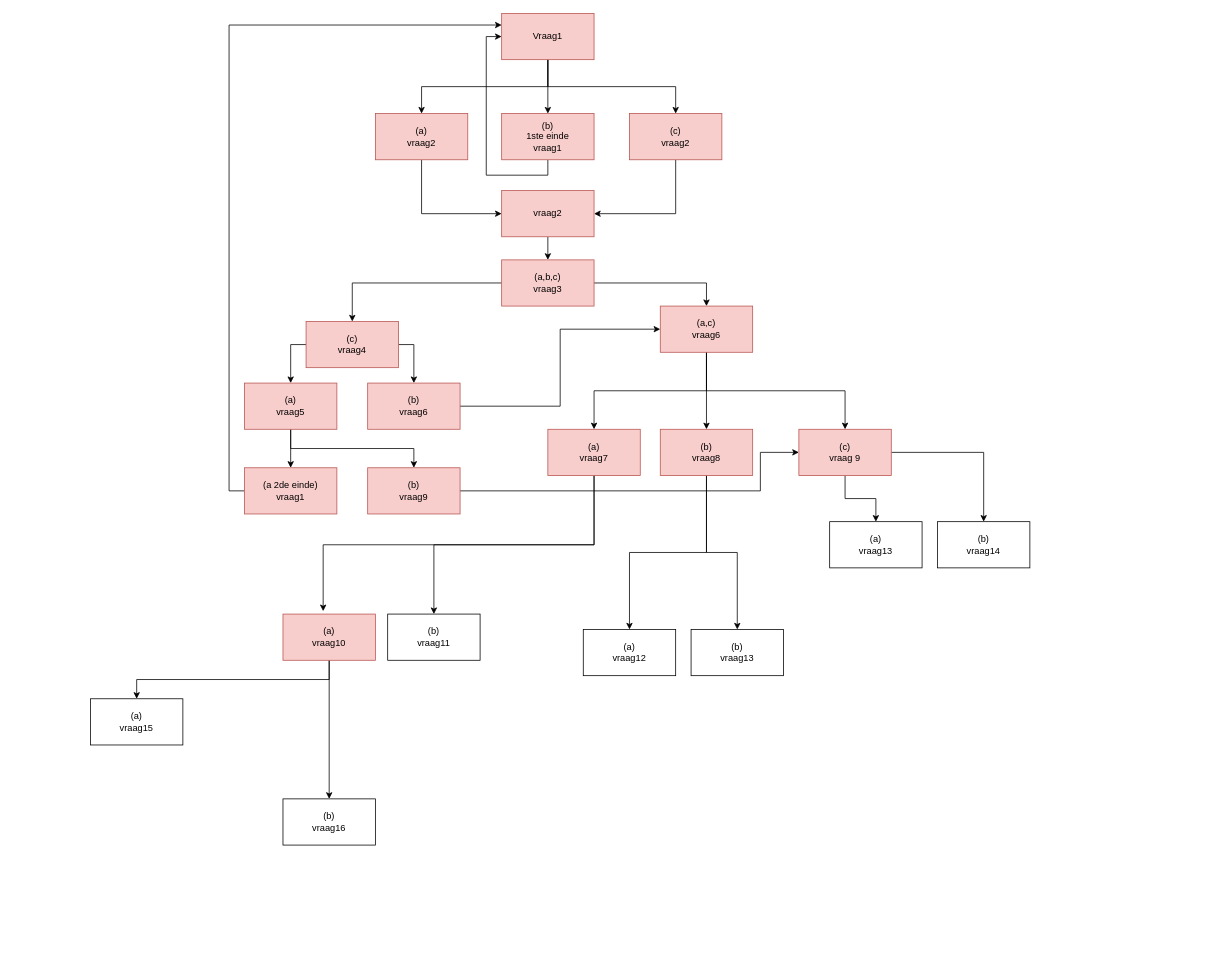
Before: SchemaEindopdrachtBO.drawio in MikeHuijgen/HelloYouBeroepsopdracht, a draw.io diagram. Source tidied: cells renumbered, new cells numbered last; positions are measured from the earlier drawing's top-left corner, leaving out a move shared by most shapes. Both pictures are drawn from the tidied source at 77%, with x=0, y=0 at pixel (90, 13).
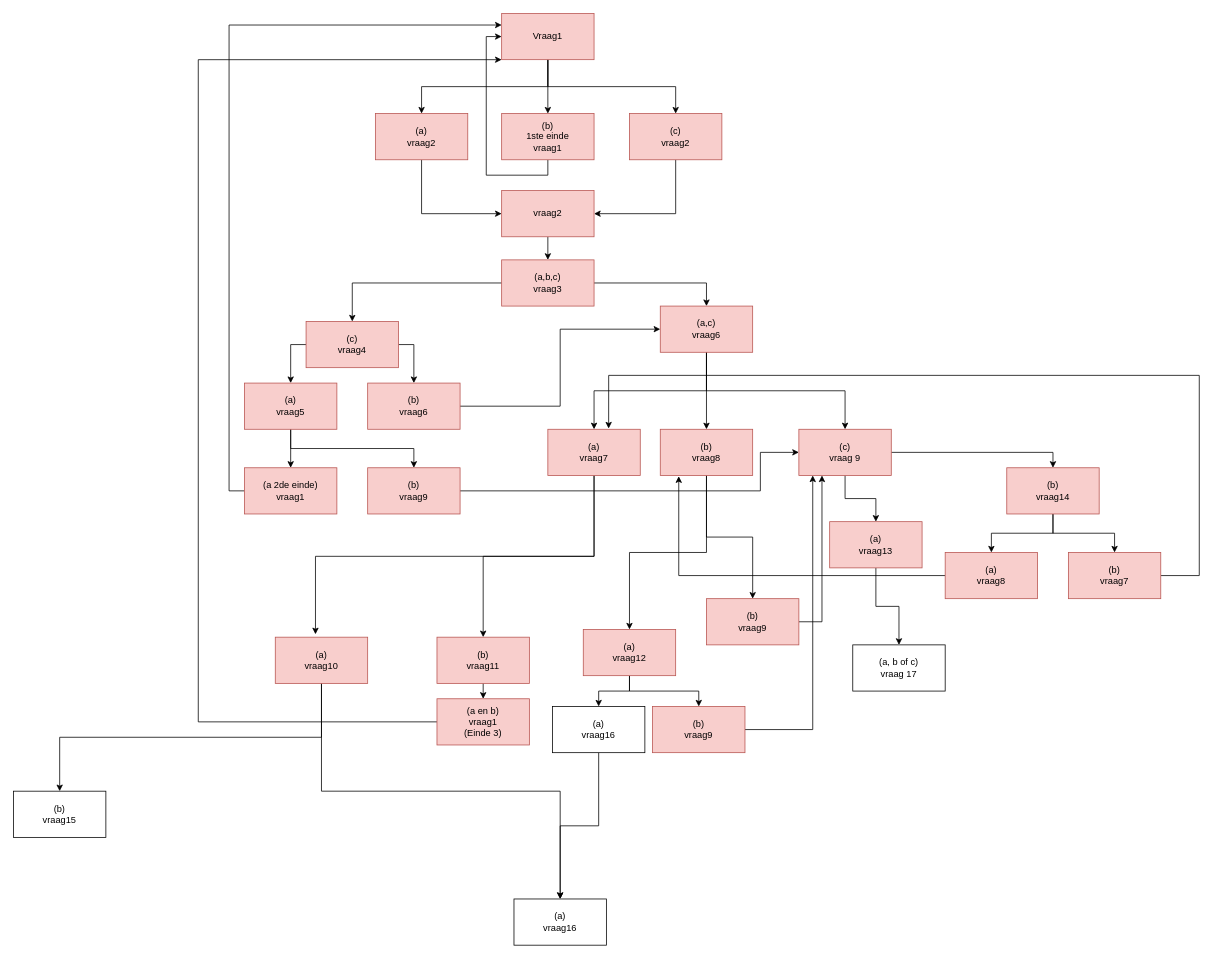
After the change.

Commit message (it also covers changes not shown here):
Vraag 11 t/m 14 gemaakt en het schema aangepast

The change refers to these unchanged cells:
```xml
<mxCell id="5" value="Vraag1" style="rounded=0;whiteSpace=wrap;html=1;fontFamily=Helvetica;fontStyle=0;fillColor=#f8cecc;strokeColor=#b85450;" parent="1" vertex="1">
  <mxGeometry x="534" width="120" height="60" as="geometry" />
</mxCell>
<mxCell id="35" value="(c)&lt;br&gt;vraag 9" style="rounded=0;whiteSpace=wrap;html=1;fillColor=#f8cecc;strokeColor=#b85450;" parent="1" vertex="1">
  <mxGeometry x="920" y="540" width="120" height="60" as="geometry" />
</mxCell>
<mxCell id="38" value="(b)&lt;br&gt;vraag8" style="rounded=0;whiteSpace=wrap;html=1;fillColor=#f8cecc;strokeColor=#b85450;" parent="1" vertex="1">
  <mxGeometry x="740" y="540" width="120" height="60" as="geometry" />
</mxCell>
<mxCell id="41" value="(a)&lt;br&gt;vraag7" style="rounded=0;whiteSpace=wrap;html=1;fillColor=#f8cecc;strokeColor=#b85450;" parent="1" vertex="1">
  <mxGeometry x="594" y="540" width="120" height="60" as="geometry" />
</mxCell>
```

Change to the diagram source:
```diff
@@
+    <mxCell id="52" style="edgeStyle=orthogonalEdgeStyle;rounded=0;jettySize=auto;html=1;exitX=1;exitY=0.5;exitDx=0;exitDy=0;entryX=0.25;entryY=1;entryDx=0;entryDy=0;" parent="1" edge="1" source="42" target="35">
+      <mxGeometry relative="1" as="geometry" />
+    </mxCell>
-    <mxCell id="42" value="(b)&lt;br&gt;vraag13" style="rounded=0;whiteSpace=wrap;html=1;" parent="1" vertex="1">
-      <mxGeometry x="780" y="800" width="120" height="60" as="geometry" />
+    <mxCell id="42" value="(b)&lt;br&gt;vraag9" style="rounded=0;whiteSpace=wrap;html=1;fillColor=#f8cecc;strokeColor=#b85450;" parent="1" vertex="1">
+      <mxGeometry x="800" y="760" width="120" height="60" as="geometry" />
     </mxCell>
+    <mxCell id="53" style="edgeStyle=orthogonalEdgeStyle;rounded=0;jettySize=auto;html=1;exitX=0.5;exitY=1;exitDx=0;exitDy=0;entryX=0.5;entryY=0;entryDx=0;entryDy=0;" parent="1" edge="1" source="43" target="62">
+      <mxGeometry relative="1" as="geometry" />
+    </mxCell>
+    <mxCell id="54" style="edgeStyle=orthogonalEdgeStyle;rounded=0;jettySize=auto;html=1;exitX=0.5;exitY=1;exitDx=0;exitDy=0;entryX=0.5;entryY=0;entryDx=0;entryDy=0;" parent="1" edge="1" source="43" target="64">
+      <mxGeometry relative="1" as="geometry" />
+    </mxCell>
-    <mxCell id="43" value="(a)&lt;br&gt;vraag12" style="rounded=0;whiteSpace=wrap;html=1;" parent="1" vertex="1">
+    <mxCell id="43" value="(a)&lt;br&gt;vraag12" style="rounded=0;whiteSpace=wrap;html=1;fillColor=#f8cecc;strokeColor=#b85450;" parent="1" vertex="1">
       <mxGeometry x="640" y="800" width="120" height="60" as="geometry" />
     </mxCell>
@@
     <mxCell id="46" value="(a)&lt;br&gt;vraag10" style="rounded=0;whiteSpace=wrap;html=1;fillColor=#f8cecc;strokeColor=#b85450;" parent="1" vertex="1">
-      <mxGeometry x="250" y="780" width="120" height="60" as="geometry" />
+      <mxGeometry x="240" y="810" width="120" height="60" as="geometry" />
     </mxCell>
+    <mxCell id="55" style="edgeStyle=orthogonalEdgeStyle;rounded=0;jettySize=auto;html=1;exitX=0.5;exitY=1;exitDx=0;exitDy=0;entryX=0.5;entryY=0;entryDx=0;entryDy=0;" parent="1" edge="1" source="47" target="60">
+      <mxGeometry relative="1" as="geometry" />
+    </mxCell>
-    <mxCell id="47" value="(b)&lt;br&gt;vraag11" style="rounded=0;whiteSpace=wrap;html=1;" parent="1" vertex="1">
-      <mxGeometry x="386" y="780" width="120" height="60" as="geometry" />
+    <mxCell id="47" value="(b)&lt;br&gt;vraag11" style="rounded=0;whiteSpace=wrap;html=1;fillColor=#f8cecc;strokeColor=#b85450;" parent="1" vertex="1">
+      <mxGeometry x="450" y="810" width="120" height="60" as="geometry" />
     </mxCell>
+    <mxCell id="56" style="edgeStyle=orthogonalEdgeStyle;rounded=0;jettySize=auto;html=1;exitX=0.5;exitY=1;exitDx=0;exitDy=0;entryX=0.5;entryY=0;entryDx=0;entryDy=0;" parent="1" edge="1" source="48" target="67">
+      <mxGeometry relative="1" as="geometry" />
+    </mxCell>
+    <mxCell id="57" style="edgeStyle=orthogonalEdgeStyle;rounded=0;jettySize=auto;html=1;exitX=0.5;exitY=1;exitDx=0;exitDy=0;" parent="1" edge="1" source="48" target="69">
+      <mxGeometry relative="1" as="geometry" />
+    </mxCell>
-    <mxCell id="48" value="(b)&lt;br&gt;vraag14" style="rounded=0;whiteSpace=wrap;html=1;" parent="1" vertex="1">
-      <mxGeometry x="1100" y="660" width="120" height="60" as="geometry" />
+    <mxCell id="48" value="(b)&lt;br&gt;vraag14" style="rounded=0;whiteSpace=wrap;html=1;fillColor=#f8cecc;strokeColor=#b85450;" parent="1" vertex="1">
+      <mxGeometry x="1190" y="590" width="120" height="60" as="geometry" />
     </mxCell>
+    <mxCell id="58" style="edgeStyle=orthogonalEdgeStyle;rounded=0;jettySize=auto;html=1;exitX=0.5;exitY=1;exitDx=0;exitDy=0;entryX=0.5;entryY=0;entryDx=0;entryDy=0;" parent="1" edge="1" source="49" target="65">
+      <mxGeometry relative="1" as="geometry" />
+    </mxCell>
-    <mxCell id="49" value="(a)&lt;br&gt;vraag13" style="rounded=0;whiteSpace=wrap;html=1;" parent="1" vertex="1">
+    <mxCell id="49" value="(a)&lt;br&gt;vraag13" style="rounded=0;whiteSpace=wrap;html=1;fillColor=#f8cecc;strokeColor=#b85450;" parent="1" vertex="1">
       <mxGeometry x="960" y="660" width="120" height="60" as="geometry" />
     </mxCell>
-    <mxCell id="50" value="(a)&lt;br&gt;vraag15" style="rounded=0;whiteSpace=wrap;html=1;" parent="1" vertex="1">
-      <mxGeometry y="890" width="120" height="60" as="geometry" />
+    <mxCell id="50" value="(b)&lt;br&gt;vraag15" style="rounded=0;whiteSpace=wrap;html=1;" parent="1" vertex="1">
+      <mxGeometry x="-100" y="1010" width="120" height="60" as="geometry" />
     </mxCell>
-    <mxCell id="51" value="(b)&lt;br&gt;vraag16" style="rounded=0;whiteSpace=wrap;html=1;" parent="1" vertex="1">
-      <mxGeometry x="250" y="1020" width="120" height="60" as="geometry" />
+    <mxCell id="51" value="(a)&lt;br&gt;vraag16" style="rounded=0;whiteSpace=wrap;html=1;" parent="1" vertex="1">
+      <mxGeometry x="550" y="1150" width="120" height="60" as="geometry" />
     </mxCell>
+    <mxCell id="59" style="edgeStyle=orthogonalEdgeStyle;rounded=0;jettySize=auto;html=1;exitX=0;exitY=0.5;exitDx=0;exitDy=0;entryX=0;entryY=1;entryDx=0;entryDy=0;" parent="1" edge="1" source="60" target="5">
+      <mxGeometry relative="1" as="geometry">
+        <Array as="points">
+          <mxPoint x="140" y="920" />
+          <mxPoint x="140" y="60" />
+        </Array>
+      </mxGeometry>
+    </mxCell>
+    <mxCell id="60" value="(a en b)&lt;br&gt;vraag1&lt;br&gt;(Einde 3)" style="rounded=0;whiteSpace=wrap;html=1;fillColor=#f8cecc;strokeColor=#b85450;" parent="1" vertex="1">
+      <mxGeometry x="450" y="890" width="120" height="60" as="geometry" />
+    </mxCell>
+    <mxCell id="61" style="edgeStyle=orthogonalEdgeStyle;rounded=0;jettySize=auto;html=1;exitX=0.5;exitY=1;exitDx=0;exitDy=0;entryX=0.5;entryY=0;entryDx=0;entryDy=0;" parent="1" edge="1" source="62" target="51">
+      <mxGeometry relative="1" as="geometry" />
+    </mxCell>
+    <mxCell id="62" value="(a)&lt;br&gt;vraag16" style="rounded=0;whiteSpace=wrap;html=1;" parent="1" vertex="1">
+      <mxGeometry x="600" y="900" width="120" height="60" as="geometry" />
+    </mxCell>
+    <mxCell id="63" style="edgeStyle=orthogonalEdgeStyle;rounded=0;jettySize=auto;html=1;exitX=1;exitY=0.5;exitDx=0;exitDy=0;" parent="1" edge="1" source="64" target="35">
+      <mxGeometry relative="1" as="geometry">
+        <Array as="points">
+          <mxPoint x="938" y="930" />
+        </Array>
+      </mxGeometry>
+    </mxCell>
+    <mxCell id="64" value="(b)&lt;br&gt;vraag9" style="rounded=0;whiteSpace=wrap;html=1;fillColor=#f8cecc;strokeColor=#b85450;" parent="1" vertex="1">
+      <mxGeometry x="730" y="900" width="120" height="60" as="geometry" />
+    </mxCell>
+    <mxCell id="65" value="(a, b of c)&lt;br&gt;vraag 17" style="rounded=0;whiteSpace=wrap;html=1;" parent="1" vertex="1">
+      <mxGeometry x="990" y="820" width="120" height="60" as="geometry" />
+    </mxCell>
+    <mxCell id="66" style="edgeStyle=orthogonalEdgeStyle;rounded=0;jettySize=auto;html=1;exitX=0;exitY=0.5;exitDx=0;exitDy=0;entryX=0.2;entryY=1.017;entryDx=0;entryDy=0;entryPerimeter=0;" parent="1" edge="1" source="67" target="38">
+      <mxGeometry relative="1" as="geometry" />
+    </mxCell>
+    <mxCell id="67" value="(a)&lt;br&gt;vraag8" style="rounded=0;whiteSpace=wrap;html=1;fillColor=#f8cecc;strokeColor=#b85450;" parent="1" vertex="1">
+      <mxGeometry x="1110" y="700" width="120" height="60" as="geometry" />
+    </mxCell>
+    <mxCell id="68" style="edgeStyle=orthogonalEdgeStyle;rounded=0;jettySize=auto;html=1;exitX=1;exitY=0.5;exitDx=0;exitDy=0;entryX=0.658;entryY=-0.017;entryDx=0;entryDy=0;entryPerimeter=0;" parent="1" edge="1" source="69" target="41">
+      <mxGeometry relative="1" as="geometry">
+        <Array as="points">
+          <mxPoint x="1440" y="730" />
+          <mxPoint x="1440" y="470" />
+          <mxPoint x="673" y="470" />
+        </Array>
+      </mxGeometry>
+    </mxCell>
+    <mxCell id="69" value="(b)&lt;br&gt;vraag7" style="rounded=0;whiteSpace=wrap;html=1;fillColor=#f8cecc;strokeColor=#b85450;" parent="1" vertex="1">
+      <mxGeometry x="1270" y="700" width="120" height="60" as="geometry" />
+    </mxCell>
```
